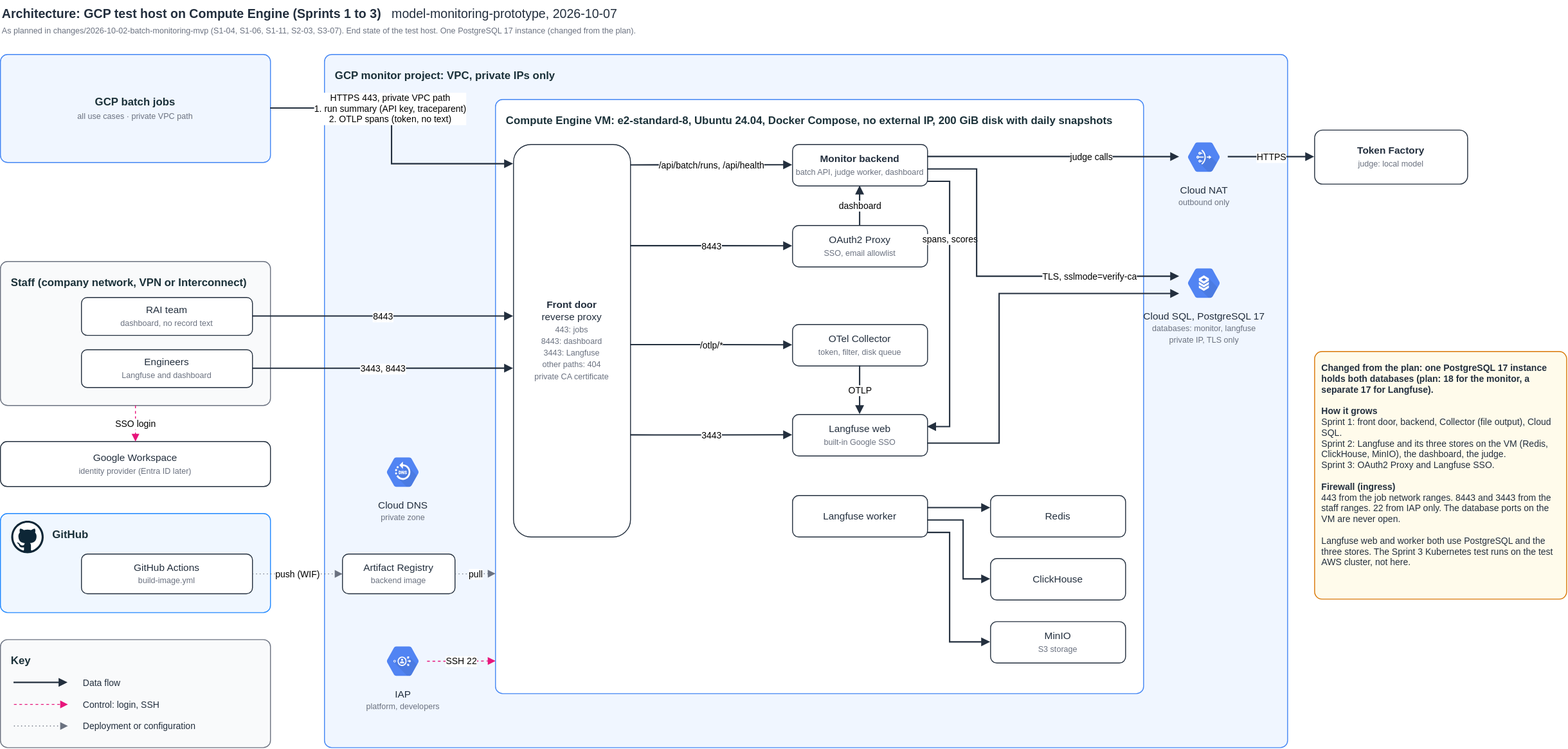
This is docs/architecture/architecture-gcp-compute-engine.drawio.svg from tkhongsap-io/model-monitoring-prototype, a draw.io export, as it was before one commit. Source tidied: cells renumbered, new cells last; positions are measured from the earlier drawing's top-left corner, leaving out a move shared by most shapes.
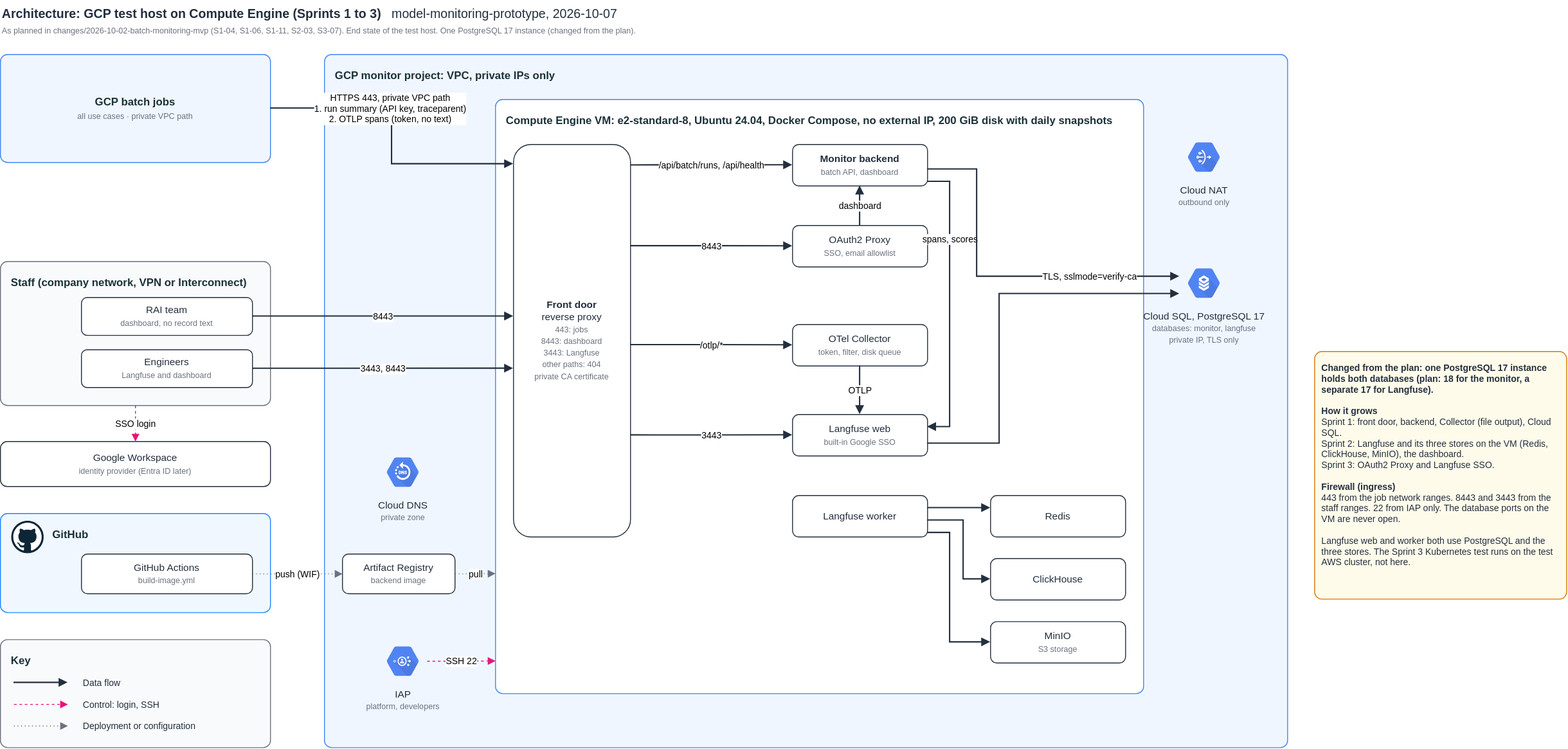
After the commit.

Commit message:
docs(s3-08a): remove the judge calls from the architecture diagrams

What changed in the source:
```diff
@@ -47,7 +47,7 @@
     <mxCell id="16" value="&lt;b&gt;Front door&lt;/b&gt;&lt;br&gt;reverse proxy&lt;br&gt;&lt;font style=&quot;font-size:9px&quot; color=&quot;#6B7280&quot;&gt;443: jobs&lt;br&gt;8443: dashboard&lt;br&gt;3443: Langfuse&lt;br&gt;other paths: 404&lt;br&gt;private CA certificate&lt;/font&gt;" style="rounded=1;whiteSpace=wrap;html=1;fillColor=#FFFFFF;strokeColor=#232F3E;fontSize=11;fontColor=#232F3E;" parent="15" vertex="1">
       <mxGeometry x="20" y="50" width="130" height="436" as="geometry" />
     </mxCell>
-    <mxCell id="17" value="&lt;b&gt;Monitor backend&lt;/b&gt;&lt;br&gt;&lt;font style=&quot;font-size:9px&quot; color=&quot;#6B7280&quot;&gt;batch API, judge worker, dashboard&lt;/font&gt;" style="rounded=1;whiteSpace=wrap;html=1;fillColor=#FFFFFF;strokeColor=#232F3E;fontSize=11;fontColor=#232F3E;" parent="15" vertex="1">
+    <mxCell id="17" value="&lt;b&gt;Monitor backend&lt;/b&gt;&lt;br&gt;&lt;font style=&quot;font-size:9px&quot; color=&quot;#6B7280&quot;&gt;batch API, dashboard&lt;/font&gt;" style="rounded=1;whiteSpace=wrap;html=1;fillColor=#FFFFFF;strokeColor=#232F3E;fontSize=11;fontColor=#232F3E;" parent="15" vertex="1">
       <mxGeometry x="330" y="50" width="150" height="46" as="geometry" />
     </mxCell>
     <mxCell id="18" value="OAuth2 Proxy&lt;br&gt;&lt;font style=&quot;font-size:9px&quot; color=&quot;#6B7280&quot;&gt;SSO, email allowlist&lt;/font&gt;" style="rounded=1;whiteSpace=wrap;html=1;fillColor=#FFFFFF;strokeColor=#232F3E;fontSize=11;fontColor=#232F3E;" parent="15" vertex="1">
@@ -77,10 +77,7 @@
     <mxCell id="26" value="Cloud NAT&lt;br&gt;&lt;font style=&quot;font-size:9px&quot; color=&quot;#6B7280&quot;&gt;outbound only&lt;/font&gt;" style="sketch=0;html=1;fillColor=#5184F3;strokeColor=none;verticalAlign=top;labelPosition=center;verticalLabelPosition=bottom;align=center;fontSize=11;fontColor=#232F3E;shape=mxgraph.gcp2.hexIcon;prIcon=cloud_nat;" parent="11" vertex="1">
       <mxGeometry x="950" y="90" width="54" height="48" as="geometry" />
     </mxCell>
-    <mxCell id="27" value="&lt;b&gt;Token Factory&lt;/b&gt;&lt;br&gt;&lt;font style=&quot;font-size:9px&quot; color=&quot;#6B7280&quot;&gt;judge: local model&lt;/font&gt;" style="rounded=1;whiteSpace=wrap;html=1;fillColor=#FFFFFF;strokeColor=#232F3E;fontSize=11;fontColor=#232F3E;" parent="1" vertex="1">
-      <mxGeometry x="1460" y="144" width="170" height="60" as="geometry" />
-    </mxCell>
-    <mxCell id="28" value="&lt;b&gt;Changed from the plan: one PostgreSQL 17 instance holds both databases (plan: 18 for the monitor, a separate 17 for Langfuse).&lt;/b&gt;&lt;br&gt;&lt;br&gt;&lt;b&gt;How it grows&lt;/b&gt;&lt;br&gt;Sprint 1: front door, backend, Collector (file output), Cloud SQL.&lt;br&gt;Sprint 2: Langfuse and its three stores on the VM (Redis, ClickHouse, MinIO), the dashboard, the judge.&lt;br&gt;Sprint 3: OAuth2 Proxy and Langfuse SSO.&lt;br&gt;&lt;br&gt;&lt;b&gt;Firewall (ingress)&lt;/b&gt;&lt;br&gt;443 from the job network ranges. 8443 and 3443 from the staff ranges. 22 from IAP only. The database ports on the VM are never open.&lt;br&gt;&lt;br&gt;Langfuse web and worker both use PostgreSQL and the three stores. The Sprint 3 Kubernetes test runs on the test AWS cluster, not here." style="text;html=1;align=left;verticalAlign=top;whiteSpace=wrap;fontColor=#232F3E;fontSize=10;fillColor=#FFFBEB;strokeColor=#D97706;spacing=8;rounded=1;arcSize=3;" parent="1" vertex="1">
+    <mxCell id="28" value="&lt;b&gt;Changed from the plan: one PostgreSQL 17 instance holds both databases (plan: 18 for the monitor, a separate 17 for Langfuse).&lt;/b&gt;&lt;br&gt;&lt;br&gt;&lt;b&gt;How it grows&lt;/b&gt;&lt;br&gt;Sprint 1: front door, backend, Collector (file output), Cloud SQL.&lt;br&gt;Sprint 2: Langfuse and its three stores on the VM (Redis, ClickHouse, MinIO), the dashboard.&lt;br&gt;Sprint 3: OAuth2 Proxy and Langfuse SSO.&lt;br&gt;&lt;br&gt;&lt;b&gt;Firewall (ingress)&lt;/b&gt;&lt;br&gt;443 from the job network ranges. 8443 and 3443 from the staff ranges. 22 from IAP only. The database ports on the VM are never open.&lt;br&gt;&lt;br&gt;Langfuse web and worker both use PostgreSQL and the three stores. The Sprint 3 Kubernetes test runs on the test AWS cluster, not here." style="text;html=1;align=left;verticalAlign=top;whiteSpace=wrap;fontColor=#232F3E;fontSize=10;fillColor=#FFFBEB;strokeColor=#D97706;spacing=8;rounded=1;arcSize=3;" parent="1" vertex="1">
       <mxGeometry x="1460" y="390" width="280" height="275" as="geometry" />
     </mxCell>
     <mxCell id="29" value="HTTPS 443, private VPC path&lt;br&gt;1. run summary (API key, traceparent)&lt;br&gt;2. OTLP spans (token, no text)" style="edgeStyle=orthogonalEdgeStyle;rounded=0;html=1;endArrow=block;endFill=1;fontSize=10;labelBackgroundColor=#FFFFFF;strokeColor=#232F3E;strokeWidth=1.5;exitX=1;exitY=0.5;exitDx=0;exitDy=0;exitPerimeter=0;entryX=0;entryY=0.05;entryDx=0;entryDy=0;entryPerimeter=0;" parent="1" edge="1" source="3" target="16">
@@ -165,12 +162,6 @@
         </Array>
       </mxGeometry>
     </mxCell>
-    <mxCell id="48" value="judge calls" style="edgeStyle=orthogonalEdgeStyle;rounded=0;html=1;endArrow=block;endFill=1;fontSize=10;labelBackgroundColor=#FFFFFF;strokeColor=#232F3E;strokeWidth=1.5;exitX=1;exitY=0.3;exitDx=0;exitDy=0;exitPerimeter=0;entryX=0;entryY=0.5;entryDx=0;entryDy=0;entryPerimeter=0;" parent="1" edge="1" source="17" target="26">
-      <mxGeometry x="0.3" relative="1" as="geometry" />
-    </mxCell>
-    <mxCell id="49" value="HTTPS" style="edgeStyle=orthogonalEdgeStyle;rounded=0;html=1;endArrow=block;endFill=1;fontSize=10;labelBackgroundColor=#FFFFFF;strokeColor=#232F3E;strokeWidth=1.5;exitX=1;exitY=0.5;exitDx=0;exitDy=0;exitPerimeter=0;entryX=0;entryY=0.5;entryDx=0;entryDy=0;entryPerimeter=0;" parent="1" edge="1" source="26" target="27">
-      <mxGeometry relative="1" as="geometry" />
-    </mxCell>
     <mxCell id="50" value="Key" style="rounded=1;absoluteArcSize=1;arcSize=16;whiteSpace=wrap;html=1;verticalAlign=top;align=left;spacingLeft=10;spacingTop=10;fillColor=#F9FAFB;strokeColor=#6B7280;fontColor=#1B3139;fontStyle=1;" parent="1" vertex="1">
       <mxGeometry y="710" width="300" height="120" as="geometry" />
     </mxCell>
```
